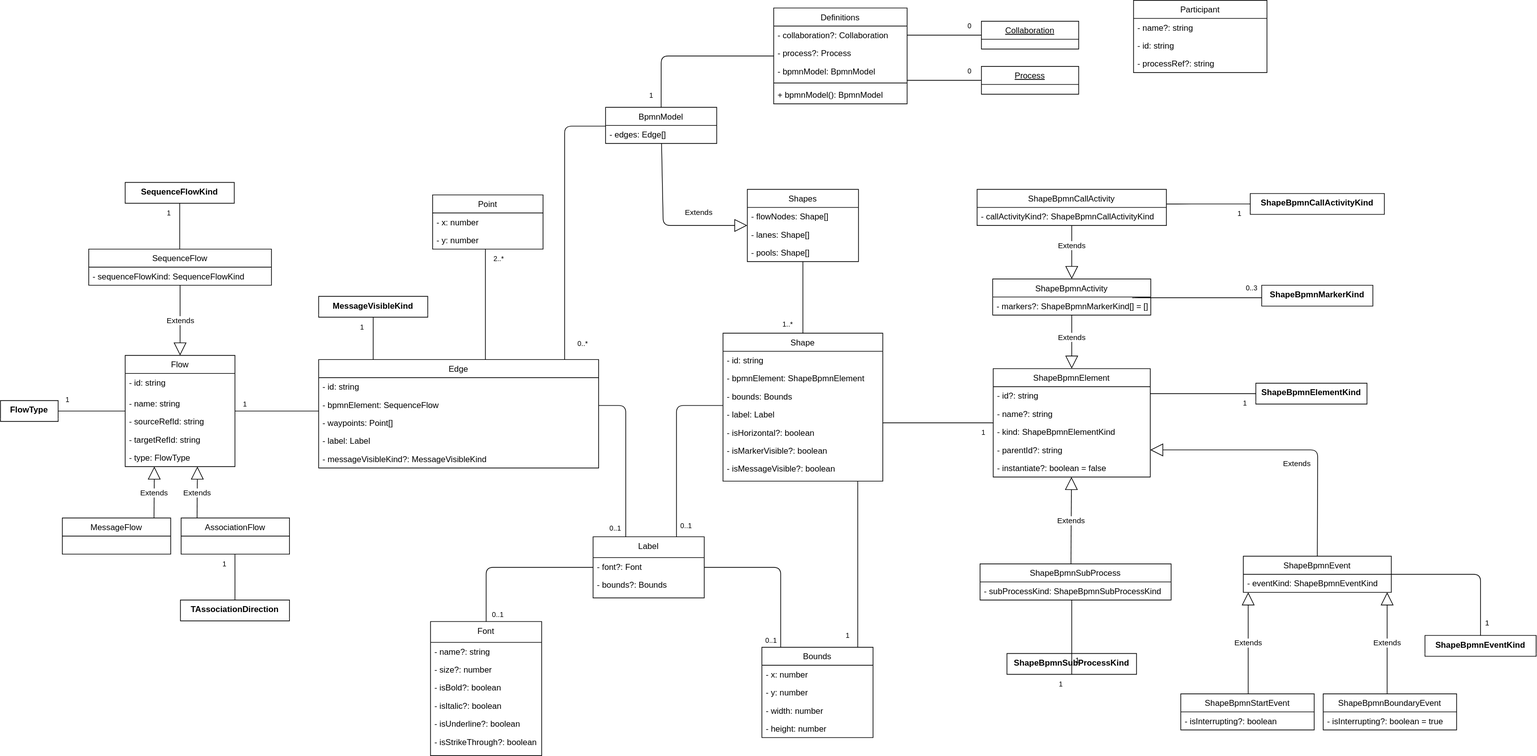
Above: docs/architecture/images/architecture/internal-model.svg in process-analytics/bpmn-visualization-js (draw.io), before the change. Source tidied: cells renumbered, new cells last; positions are measured from the earlier drawing's top-left corner, leaving out a move shared by most shapes.
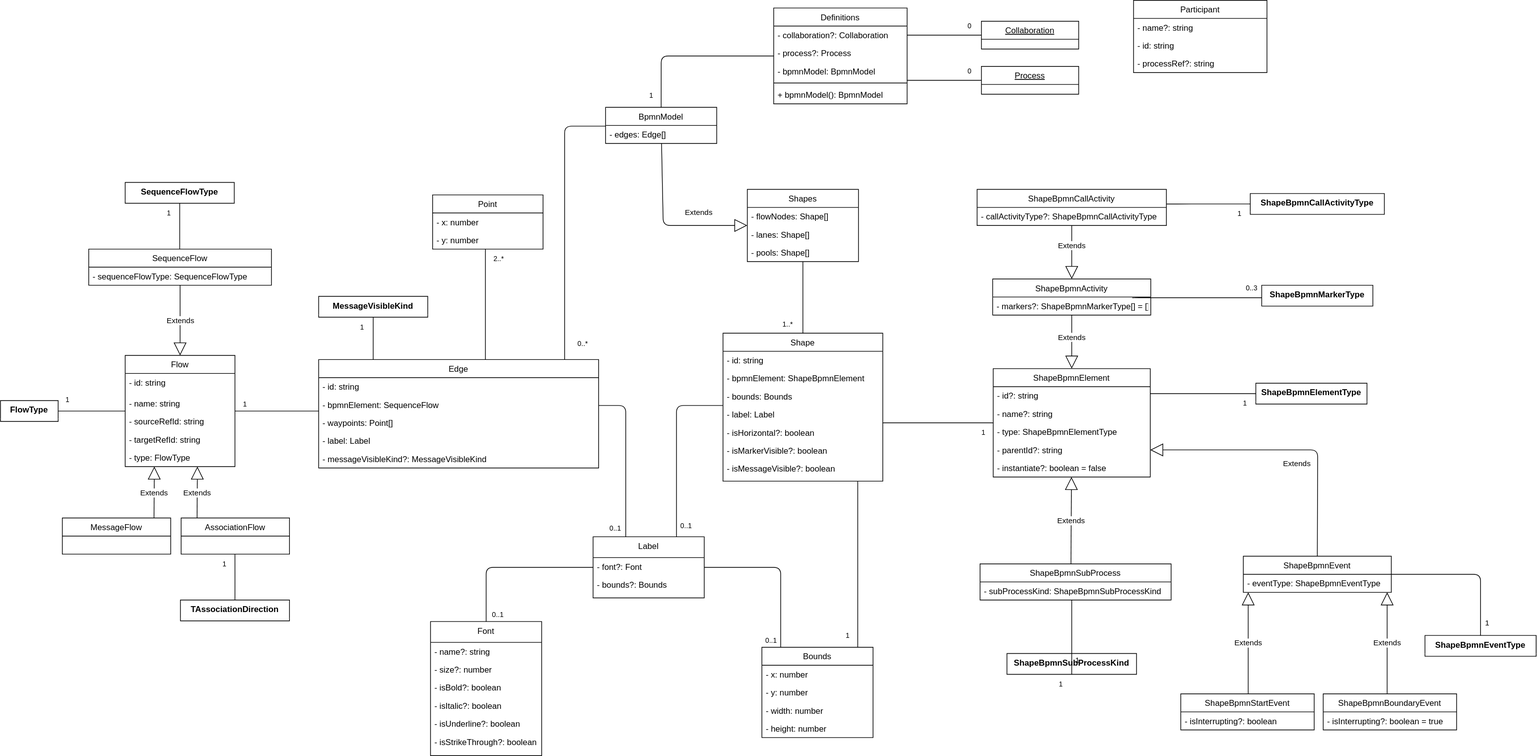
Later version of the same file.

The edit, as a diff of the source:
```diff
@@ -320,7 +320,7 @@
     <mxCell id="69" value="- name?: string" style="text;strokeColor=none;fillColor=none;align=left;verticalAlign=top;spacingLeft=4;spacingRight=4;overflow=hidden;shadow=0;" parent="67" vertex="1">
       <mxGeometry y="52" width="226" height="26" as="geometry" />
     </mxCell>
-    <mxCell id="70" value="- kind: ShapeBpmnElementKind" style="text;strokeColor=none;fillColor=none;align=left;verticalAlign=top;spacingLeft=4;spacingRight=4;overflow=hidden;shadow=0;" parent="67" vertex="1">
+    <mxCell id="70" value="- type: ShapeBpmnElementType" style="text;strokeColor=none;fillColor=none;align=left;verticalAlign=top;spacingLeft=4;spacingRight=4;overflow=hidden;shadow=0;" parent="67" vertex="1">
       <mxGeometry y="78" width="226" height="26" as="geometry" />
     </mxCell>
     <mxCell id="71" value="- parentId?: string" style="text;strokeColor=none;fillColor=none;align=left;verticalAlign=top;spacingLeft=4;spacingRight=4;overflow=hidden;shadow=0;" parent="67" vertex="1">
@@ -425,10 +425,10 @@
     <mxCell id="104" value="SequenceFlow" style="swimlane;fontStyle=0;horizontal=1;startSize=26;fillColor=none;shadow=0;" parent="1" vertex="1">
       <mxGeometry x="127" y="358" width="263" height="52" as="geometry" />
     </mxCell>
-    <mxCell id="105" value="- sequenceFlowKind: SequenceFlowKind" style="text;strokeColor=none;fillColor=none;align=left;verticalAlign=top;spacingLeft=4;spacingRight=4;overflow=hidden;shadow=0;" parent="104" vertex="1">
+    <mxCell id="105" value="- sequenceFlowType: SequenceFlowType" style="text;strokeColor=none;fillColor=none;align=left;verticalAlign=top;spacingLeft=4;spacingRight=4;overflow=hidden;shadow=0;" parent="104" vertex="1">
       <mxGeometry y="26" width="263" height="26" as="geometry" />
     </mxCell>
-    <mxCell id="106" value="SequenceFlowKind" style="swimlane;fontStyle=1;horizontal=1;startSize=26;fillColor=none;swimlaneLine=0;rounded=0;shadow=0;comic=0;glass=0;" parent="1" vertex="1">
+    <mxCell id="106" value="SequenceFlowType" style="swimlane;fontStyle=1;horizontal=1;startSize=26;fillColor=none;swimlaneLine=0;rounded=0;shadow=0;comic=0;glass=0;" parent="1" vertex="1">
       <mxGeometry x="179.5" y="262" width="157" height="30" as="geometry" />
     </mxCell>
     <mxCell id="107" value="MessageVisibleKind" style="swimlane;fontStyle=1;horizontal=1;startSize=26;fillColor=none;swimlaneLine=0;rounded=0;shadow=0;comic=0;glass=0;" parent="1" vertex="1">
@@ -518,13 +518,13 @@
     <mxCell id="124" value="ShapeBpmnEvent" style="swimlane;fontStyle=0;horizontal=1;startSize=26;fillColor=none;shadow=0;" parent="1" vertex="1">
       <mxGeometry x="1789" y="800" width="213" height="52" as="geometry" />
     </mxCell>
-    <mxCell id="125" value="- eventKind: ShapeBpmnEventKind" style="text;strokeColor=none;fillColor=none;align=left;verticalAlign=top;spacingLeft=4;spacingRight=4;overflow=hidden;shadow=0;" parent="124" vertex="1">
+    <mxCell id="125" value="- eventType: ShapeBpmnEventType" style="text;strokeColor=none;fillColor=none;align=left;verticalAlign=top;spacingLeft=4;spacingRight=4;overflow=hidden;shadow=0;" parent="124" vertex="1">
       <mxGeometry y="26" width="213" height="26" as="geometry" />
     </mxCell>
-    <mxCell id="126" value="ShapeBpmnEventKind" style="swimlane;fontStyle=1;horizontal=1;startSize=26;fillColor=none;swimlaneLine=0;rounded=0;shadow=0;comic=0;glass=0;" parent="1" vertex="1">
+    <mxCell id="126" value="ShapeBpmnEventType" style="swimlane;fontStyle=1;horizontal=1;startSize=26;fillColor=none;swimlaneLine=0;rounded=0;shadow=0;comic=0;glass=0;" parent="1" vertex="1">
       <mxGeometry x="2050.5" y="914" width="160" height="30" as="geometry" />
     </mxCell>
-    <mxCell id="127" value="ShapeBpmnMarkerKind" style="swimlane;fontStyle=1;horizontal=1;startSize=26;fillColor=none;swimlaneLine=0;rounded=0;shadow=0;comic=0;glass=0;" parent="1" vertex="1">
+    <mxCell id="127" value="ShapeBpmnMarkerType" style="swimlane;fontStyle=1;horizontal=1;startSize=26;fillColor=none;swimlaneLine=0;rounded=0;shadow=0;comic=0;glass=0;" parent="1" vertex="1">
       <mxGeometry x="1815.5" y="410" width="160" height="30" as="geometry" />
     </mxCell>
     <mxCell id="128" value="Extends" style="endArrow=block;endSize=16;endFill=0;html=1;shadow=0;" parent="1" edge="1" source="133" target="67">
@@ -545,19 +545,19 @@
     <mxCell id="133" value="ShapeBpmnActivity" style="swimlane;fontStyle=0;horizontal=1;startSize=26;fillColor=none;shadow=0;" parent="1" vertex="1">
       <mxGeometry x="1428.2" y="401" width="227.5" height="52" as="geometry" />
     </mxCell>
-    <mxCell id="134" value="- markers?: ShapeBpmnMarkerKind[] = []" style="text;strokeColor=none;fillColor=none;align=left;verticalAlign=top;spacingLeft=4;spacingRight=4;overflow=hidden;shadow=0;" parent="133" vertex="1">
+    <mxCell id="134" value="- markers?: ShapeBpmnMarkerType[] = []" style="text;strokeColor=none;fillColor=none;align=left;verticalAlign=top;spacingLeft=4;spacingRight=4;overflow=hidden;shadow=0;" parent="133" vertex="1">
       <mxGeometry y="26" width="227.5" height="26" as="geometry" />
     </mxCell>
     <mxCell id="135" value="ShapeBpmnCallActivity" style="swimlane;fontStyle=0;horizontal=1;startSize=26;fillColor=none;shadow=0;" parent="1" vertex="1">
       <mxGeometry x="1405.8" y="272" width="272.5" height="52" as="geometry" />
     </mxCell>
-    <mxCell id="136" value="- callActivityKind?: ShapeBpmnCallActivityKind" style="text;strokeColor=none;fillColor=none;align=left;verticalAlign=top;spacingLeft=4;spacingRight=4;overflow=hidden;shadow=0;" parent="135" vertex="1">
+    <mxCell id="136" value="- callActivityType?: ShapeBpmnCallActivityType" style="text;strokeColor=none;fillColor=none;align=left;verticalAlign=top;spacingLeft=4;spacingRight=4;overflow=hidden;shadow=0;" parent="135" vertex="1">
       <mxGeometry y="26" width="272.5" height="26" as="geometry" />
     </mxCell>
-    <mxCell id="137" value="ShapeBpmnElementKind" style="swimlane;fontStyle=1;horizontal=1;startSize=26;fillColor=none;swimlaneLine=0;rounded=0;shadow=0;comic=0;glass=0;" parent="1" vertex="1">
+    <mxCell id="137" value="ShapeBpmnElementType" style="swimlane;fontStyle=1;horizontal=1;startSize=26;fillColor=none;swimlaneLine=0;rounded=0;shadow=0;comic=0;glass=0;" parent="1" vertex="1">
       <mxGeometry x="1807" y="551" width="160" height="30" as="geometry" />
     </mxCell>
-    <mxCell id="138" value="ShapeBpmnCallActivityKind" style="swimlane;fontStyle=1;horizontal=1;startSize=26;fillColor=none;swimlaneLine=0;rounded=0;shadow=0;comic=0;glass=0;" parent="1" vertex="1">
+    <mxCell id="138" value="ShapeBpmnCallActivityType" style="swimlane;fontStyle=1;horizontal=1;startSize=26;fillColor=none;swimlaneLine=0;rounded=0;shadow=0;comic=0;glass=0;" parent="1" vertex="1">
       <mxGeometry x="1799" y="278" width="193" height="30" as="geometry" />
     </mxCell>
     <mxCell id="139" style="endArrow=none;html=1;edgeStyle=orthogonalEdgeStyle;shadow=0;exitX=0;exitY=0.5;exitDx=0;exitDy=0;" parent="1" edge="1" source="138" target="135">
```
